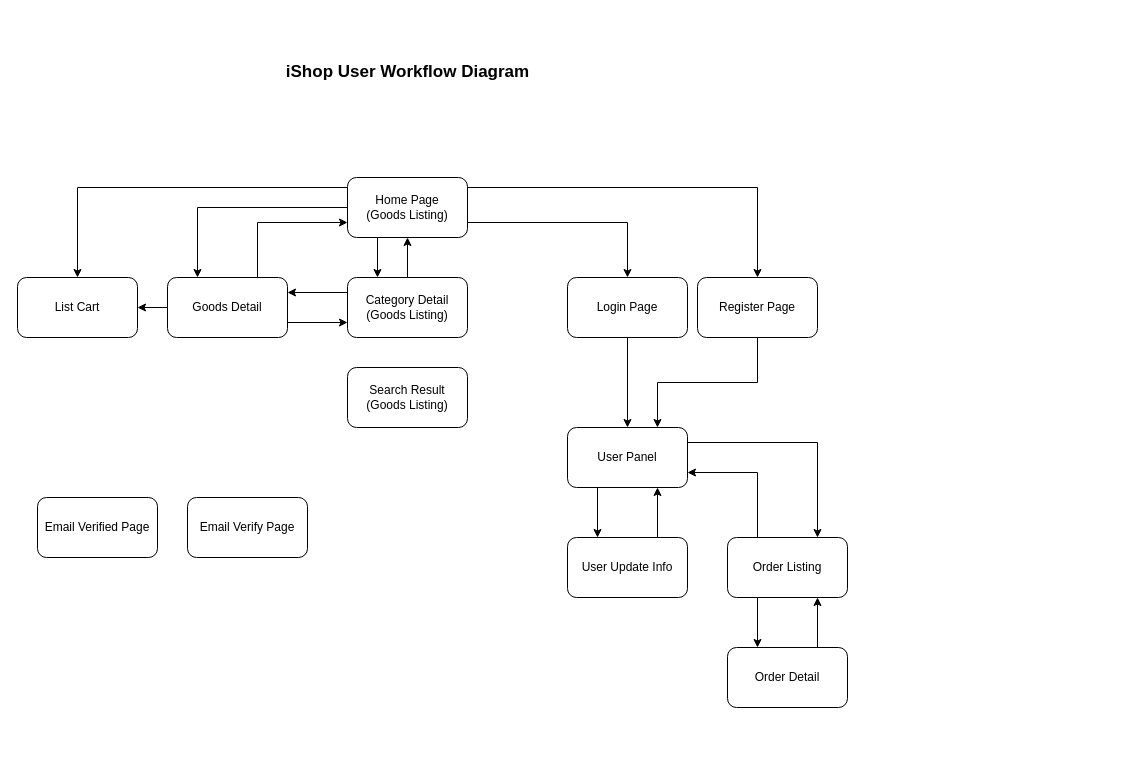
Before: page "iShop User Work Flow" (2 of 2) of miyabi bonsai .drawio in aungkoman/html_test, a draw.io diagram. Source tidied: cells renumbered, new cells numbered last; positions are measured from the earlier drawing's top-left corner, leaving out a move shared by most shapes. Both pictures are drawn from the tidied source at 100%, with x=0, y=0 at pixel (17, 47).
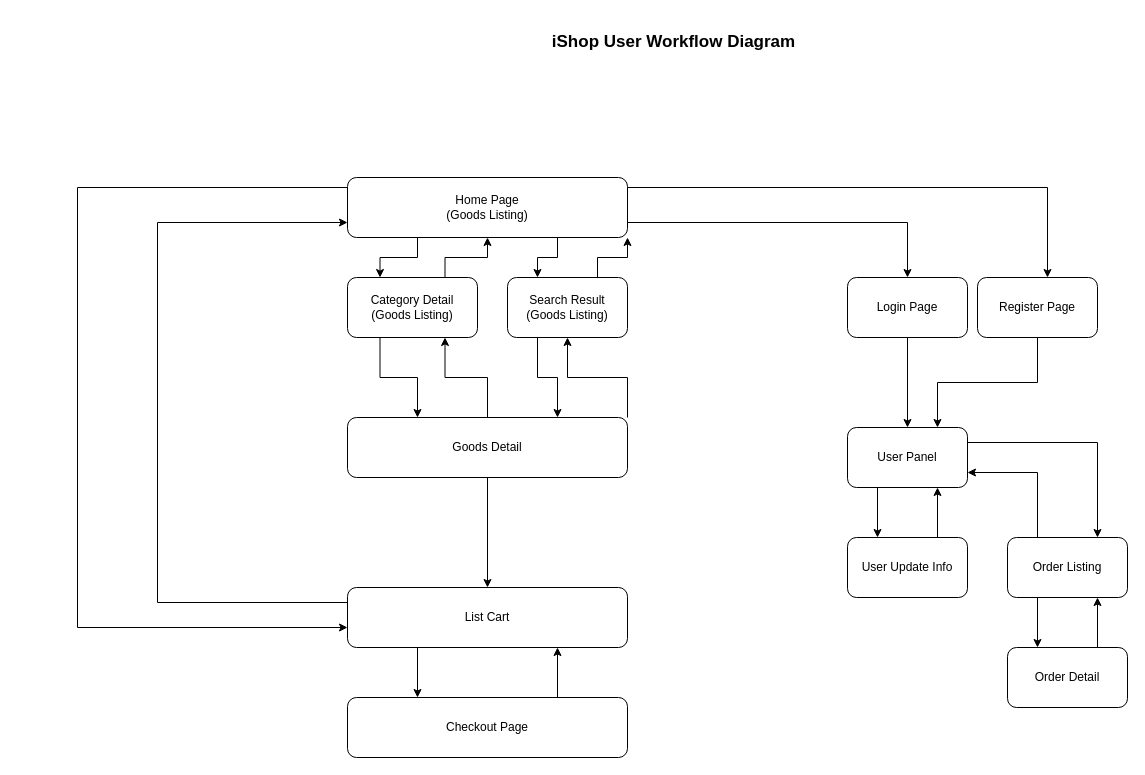
After the change.

Commit message:
iShop user workflow diagram

What changed in the source:
```diff
@@
-    <mxCell id="2" style="edgeStyle=orthogonalEdgeStyle;rounded=0;jettySize=auto;html=1;exitX=0;exitY=0.25;exitDx=0;exitDy=0;entryX=0.25;entryY=0;entryDx=0;entryDy=0;" parent="1" edge="1" source="7" target="27">
-      <mxGeometry relative="1" as="geometry">
-        <Array as="points">
-          <mxPoint x="330" y="160" />
-          <mxPoint x="180" y="160" />
-        </Array>
-      </mxGeometry>
-    </mxCell>
     <mxCell id="3" style="edgeStyle=orthogonalEdgeStyle;rounded=0;jettySize=auto;html=1;exitX=1;exitY=0.5;exitDx=0;exitDy=0;" parent="1" edge="1" source="7" target="11">
       <mxGeometry relative="1" as="geometry">
         <Array as="points">
           <mxPoint x="450" y="140" />
-          <mxPoint x="740" y="140" />
+          <mxPoint x="1030" y="140" />
         </Array>
       </mxGeometry>
     </mxCell>
     <mxCell id="4" style="edgeStyle=orthogonalEdgeStyle;rounded=0;jettySize=auto;html=1;exitX=0;exitY=0.5;exitDx=0;exitDy=0;" parent="1" edge="1" source="7" target="29">
       <mxGeometry relative="1" as="geometry">
         <Array as="points">
           <mxPoint x="330" y="140" />
           <mxPoint x="60" y="140" />
+          <mxPoint x="60" y="580" />
         </Array>
       </mxGeometry>
     </mxCell>
@@
+    <mxCell id="34" style="edgeStyle=orthogonalEdgeStyle;rounded=0;jettySize=auto;html=1;exitX=0.75;exitY=1;exitDx=0;exitDy=0;entryX=0.25;entryY=0;entryDx=0;entryDy=0;" parent="1" edge="1" source="7" target="33">
+      <mxGeometry relative="1" as="geometry" />
+    </mxCell>
     <mxCell id="7" value="Home Page&lt;br&gt;(Goods Listing)" style="rounded=1;whiteSpace=wrap;html=1;" parent="1" vertex="1">
-      <mxGeometry x="330" y="130" width="120" height="60" as="geometry" />
+      <mxGeometry x="330" y="130" width="280" height="60" as="geometry" />
     </mxCell>
@@
     <mxCell id="9" value="Login Page" style="rounded=1;whiteSpace=wrap;html=1;" parent="1" vertex="1">
-      <mxGeometry x="550" y="230" width="120" height="60" as="geometry" />
+      <mxGeometry x="830" y="230" width="120" height="60" as="geometry" />
     </mxCell>
@@
     <mxCell id="11" value="Register Page" style="rounded=1;whiteSpace=wrap;html=1;" parent="1" vertex="1">
-      <mxGeometry x="680" y="230" width="120" height="60" as="geometry" />
+      <mxGeometry x="960" y="230" width="120" height="60" as="geometry" />
     </mxCell>
-    <mxCell id="12" value="Email Verify Page" style="rounded=1;whiteSpace=wrap;html=1;" parent="1" vertex="1">
-      <mxGeometry x="170" y="450" width="120" height="60" as="geometry" />
-    </mxCell>
-    <mxCell id="13" value="Email Verified Page" style="rounded=1;whiteSpace=wrap;html=1;" parent="1" vertex="1">
-      <mxGeometry x="20" y="450" width="120" height="60" as="geometry" />
-    </mxCell>
@@
     <mxCell id="16" value="User Panel" style="rounded=1;whiteSpace=wrap;html=1;" parent="1" vertex="1">
-      <mxGeometry x="550" y="380" width="120" height="60" as="geometry" />
+      <mxGeometry x="830" y="380" width="120" height="60" as="geometry" />
     </mxCell>
@@
     <mxCell id="18" value="User Update Info" style="rounded=1;whiteSpace=wrap;html=1;" parent="1" vertex="1">
-      <mxGeometry x="550" y="490" width="120" height="60" as="geometry" />
+      <mxGeometry x="830" y="490" width="120" height="60" as="geometry" />
     </mxCell>
@@
     <mxCell id="21" value="Order Listing" style="rounded=1;whiteSpace=wrap;html=1;" parent="1" vertex="1">
-      <mxGeometry x="710" y="490" width="120" height="60" as="geometry" />
+      <mxGeometry x="990" y="490" width="120" height="60" as="geometry" />
     </mxCell>
@@
     <mxCell id="23" value="Order Detail" style="rounded=1;whiteSpace=wrap;html=1;" parent="1" vertex="1">
-      <mxGeometry x="710" y="600" width="120" height="60" as="geometry" />
+      <mxGeometry x="990" y="600" width="120" height="60" as="geometry" />
     </mxCell>
+    <mxCell id="26" style="edgeStyle=orthogonalEdgeStyle;rounded=0;jettySize=auto;html=1;exitX=0.5;exitY=0;exitDx=0;exitDy=0;entryX=0.75;entryY=1;entryDx=0;entryDy=0;" parent="1" edge="1" source="27" target="32">
+      <mxGeometry relative="1" as="geometry" />
+    </mxCell>
+    <mxCell id="35" style="edgeStyle=orthogonalEdgeStyle;rounded=0;jettySize=auto;html=1;exitX=1;exitY=0;exitDx=0;exitDy=0;entryX=0.5;entryY=1;entryDx=0;entryDy=0;" parent="1" edge="1" source="27" target="33">
+      <mxGeometry relative="1" as="geometry" />
+    </mxCell>
-    <mxCell id="24" style="edgeStyle=orthogonalEdgeStyle;rounded=0;jettySize=auto;html=1;exitX=0;exitY=0.5;exitDx=0;exitDy=0;entryX=1;entryY=0.5;entryDx=0;entryDy=0;" parent="1" edge="1" source="27" target="29">
+    <mxCell id="24" style="edgeStyle=orthogonalEdgeStyle;rounded=0;jettySize=auto;html=1;exitX=0.5;exitY=1;exitDx=0;exitDy=0;" parent="1" edge="1" source="27" target="29">
       <mxGeometry relative="1" as="geometry" />
     </mxCell>
-    <mxCell id="25" style="edgeStyle=orthogonalEdgeStyle;rounded=0;jettySize=auto;html=1;exitX=0.75;exitY=0;exitDx=0;exitDy=0;entryX=0;entryY=0.75;entryDx=0;entryDy=0;" parent="1" edge="1" source="27" target="7">
-      <mxGeometry relative="1" as="geometry" />
-    </mxCell>
-    <mxCell id="26" style="edgeStyle=orthogonalEdgeStyle;rounded=0;jettySize=auto;html=1;exitX=1;exitY=0.75;exitDx=0;exitDy=0;entryX=0;entryY=0.75;entryDx=0;entryDy=0;" parent="1" edge="1" source="27" target="32">
-      <mxGeometry relative="1" as="geometry" />
-    </mxCell>
     <mxCell id="27" value="Goods Detail" style="rounded=1;whiteSpace=wrap;html=1;" parent="1" vertex="1">
-      <mxGeometry x="150" y="230" width="120" height="60" as="geometry" />
+      <mxGeometry x="330" y="370" width="280" height="60" as="geometry" />
     </mxCell>
     <mxCell id="28" value="&lt;b&gt;&lt;font style=&quot;font-size: 17px&quot;&gt;iShop User Workflow Diagram&lt;/font&gt;&lt;/b&gt;" style="text;html=1;strokeColor=none;fillColor=none;align=center;verticalAlign=middle;whiteSpace=wrap;rounded=0;" parent="1" vertex="1">
-      <mxGeometry x="203.8" width="372.5" height="50" as="geometry" />
+      <mxGeometry x="470" y="-30" width="372.5" height="50" as="geometry" />
     </mxCell>
+    <mxCell id="36" style="edgeStyle=orthogonalEdgeStyle;rounded=0;jettySize=auto;html=1;exitX=0;exitY=0.25;exitDx=0;exitDy=0;entryX=0;entryY=0.75;entryDx=0;entryDy=0;" parent="1" edge="1" source="29" target="7">
+      <mxGeometry relative="1" as="geometry">
+        <Array as="points">
+          <mxPoint x="140" y="555" />
+          <mxPoint x="140" y="175" />
+        </Array>
+      </mxGeometry>
+    </mxCell>
+    <mxCell id="37" style="edgeStyle=orthogonalEdgeStyle;rounded=0;jettySize=auto;html=1;exitX=0.25;exitY=1;exitDx=0;exitDy=0;entryX=0.25;entryY=0;entryDx=0;entryDy=0;" parent="1" edge="1" source="29" target="41">
+      <mxGeometry relative="1" as="geometry" />
+    </mxCell>
     <mxCell id="29" value="List Cart" style="rounded=1;whiteSpace=wrap;html=1;" parent="1" vertex="1">
-      <mxGeometry y="230" width="120" height="60" as="geometry" />
+      <mxGeometry x="330" y="540" width="280" height="60" as="geometry" />
     </mxCell>
+    <mxCell id="31" style="edgeStyle=orthogonalEdgeStyle;rounded=0;jettySize=auto;html=1;exitX=0.75;exitY=0;exitDx=0;exitDy=0;entryX=0.5;entryY=1;entryDx=0;entryDy=0;" parent="1" edge="1" source="32" target="7">
+      <mxGeometry relative="1" as="geometry" />
+    </mxCell>
-    <mxCell id="30" style="edgeStyle=orthogonalEdgeStyle;rounded=0;jettySize=auto;html=1;exitX=0;exitY=0.25;exitDx=0;exitDy=0;entryX=1;entryY=0.25;entryDx=0;entryDy=0;" parent="1" edge="1" source="32" target="27">
+    <mxCell id="30" style="edgeStyle=orthogonalEdgeStyle;rounded=0;jettySize=auto;html=1;exitX=0.25;exitY=1;exitDx=0;exitDy=0;entryX=0.25;entryY=0;entryDx=0;entryDy=0;" parent="1" edge="1" source="32" target="27">
       <mxGeometry relative="1" as="geometry" />
     </mxCell>
-    <mxCell id="31" style="edgeStyle=orthogonalEdgeStyle;rounded=0;jettySize=auto;html=1;exitX=0.5;exitY=0;exitDx=0;exitDy=0;entryX=0.5;entryY=1;entryDx=0;entryDy=0;" parent="1" edge="1" source="32" target="7">
-      <mxGeometry relative="1" as="geometry" />
-    </mxCell>
     <mxCell id="32" value="Category Detail&lt;br&gt;(Goods Listing)" style="rounded=1;whiteSpace=wrap;html=1;" parent="1" vertex="1">
-      <mxGeometry x="330" y="230" width="120" height="60" as="geometry" />
+      <mxGeometry x="330" y="230" width="130" height="60" as="geometry" />
     </mxCell>
+    <mxCell id="38" style="edgeStyle=orthogonalEdgeStyle;rounded=0;jettySize=auto;html=1;exitX=0.75;exitY=0;exitDx=0;exitDy=0;entryX=1;entryY=1;entryDx=0;entryDy=0;" parent="1" edge="1" source="33" target="7">
+      <mxGeometry relative="1" as="geometry" />
+    </mxCell>
+    <mxCell id="39" style="edgeStyle=orthogonalEdgeStyle;rounded=0;jettySize=auto;html=1;exitX=0.25;exitY=1;exitDx=0;exitDy=0;entryX=0.75;entryY=0;entryDx=0;entryDy=0;" parent="1" edge="1" source="33" target="27">
+      <mxGeometry relative="1" as="geometry" />
+    </mxCell>
     <mxCell id="33" value="Search Result &lt;br&gt;(Goods Listing)" style="rounded=1;whiteSpace=wrap;html=1;" parent="1" vertex="1">
-      <mxGeometry x="330" y="320" width="120" height="60" as="geometry" />
+      <mxGeometry x="490" y="230" width="120" height="60" as="geometry" />
     </mxCell>
+    <mxCell id="40" style="edgeStyle=orthogonalEdgeStyle;rounded=0;jettySize=auto;html=1;exitX=0.75;exitY=0;exitDx=0;exitDy=0;entryX=0.75;entryY=1;entryDx=0;entryDy=0;" parent="1" edge="1" source="41" target="29">
+      <mxGeometry relative="1" as="geometry" />
+    </mxCell>
+    <mxCell id="41" value="Checkout Page" style="rounded=1;whiteSpace=wrap;html=1;" parent="1" vertex="1">
+      <mxGeometry x="330" y="650" width="280" height="60" as="geometry" />
+    </mxCell>
```
